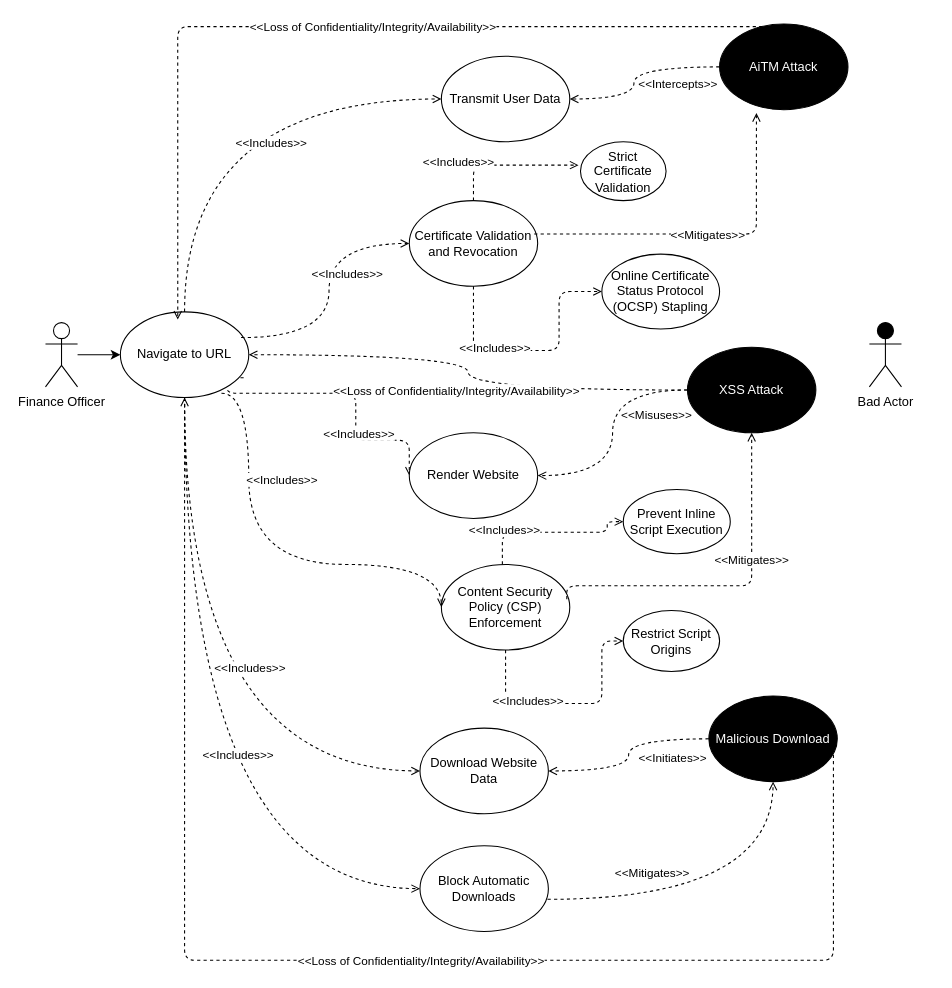
Before: docs/UseCase_Navigate_to_URL.drawio in chauler/CYBR8420-Team5-Project, a draw.io diagram. Source tidied: cells renumbered, new cells numbered last; positions are measured from the earlier drawing's top-left corner, leaving out a move shared by most shapes. Both pictures are drawn from the tidied source at 107%, with x=0, y=0 at pixel (45, 24).
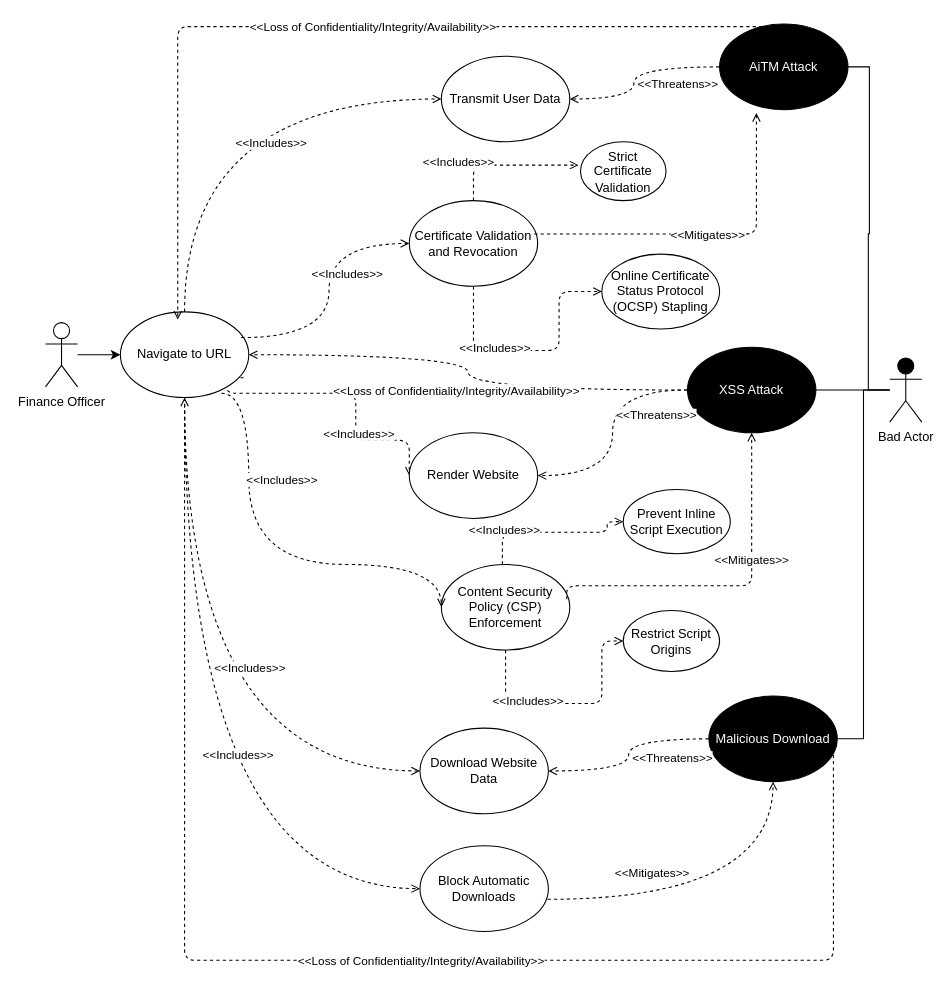
The same diagram, later.

Commit message (it also covers changes not shown here):
corrected use case verbs and line from bad actor

Unchanged cells that the change refers to:
```xml
<mxCell id="10" value="XSS Attack" style="ellipse;whiteSpace=wrap;html=1;fillColor=#000000;fontColor=#FFFFFF;" parent="1" vertex="1">
  <mxGeometry x="600" y="302" width="120" height="80" as="geometry" />
</mxCell>
<mxCell id="11" style="edgeStyle=orthogonalEdgeStyle;rounded=1;jettySize=auto;html=1;dashed=1;strokeWidth=1;endFill=0;endArrow=open;curved=1;exitX=0;exitY=0.5;exitDx=0;exitDy=0;entryX=1;entryY=0.5;entryDx=0;entryDy=0;" parent="1" edge="1" source="10" target="7">
  <mxGeometry relative="1" as="geometry" />
</mxCell>
<mxCell id="21" value="Malicious Download" style="ellipse;whiteSpace=wrap;html=1;fillColor=#000000;fontColor=#FFFFFF;" parent="1" vertex="1">
  <mxGeometry x="620" y="628" width="120" height="80" as="geometry" />
</mxCell>
<mxCell id="22" style="edgeStyle=orthogonalEdgeStyle;rounded=1;jettySize=auto;html=1;dashed=1;strokeWidth=1;endFill=0;endArrow=open;curved=1;exitX=0;exitY=0.5;exitDx=0;exitDy=0;entryX=1;entryY=0.5;entryDx=0;entryDy=0;" parent="1" edge="1" source="21" target="16">
  <mxGeometry relative="1" as="geometry" />
</mxCell>
<mxCell id="24" value="AiTM Attack" style="ellipse;whiteSpace=wrap;html=1;fillColor=#000000;fontColor=#FFFFFF;" parent="1" vertex="1">
  <mxGeometry x="630" width="120" height="80" as="geometry" />
</mxCell>
<mxCell id="25" style="edgeStyle=orthogonalEdgeStyle;rounded=1;jettySize=auto;html=1;dashed=1;strokeWidth=1;endFill=0;endArrow=open;curved=1;exitX=0;exitY=0.5;exitDx=0;exitDy=0;entryX=1;entryY=0.5;entryDx=0;entryDy=0;" parent="1" edge="1" source="24" target="13">
  <mxGeometry relative="1" as="geometry">
    <Array as="points">
      <mxPoint x="550" y="40" />
      <mxPoint x="550" y="70" />
    </Array>
  </mxGeometry>
</mxCell>
```

The edit, as a diff of the source:
```diff
@@
+    <mxCell id="58" style="edgeStyle=orthogonalEdgeStyle;rounded=0;jettySize=auto;html=1;endArrow=none;endFill=0;" parent="1" edge="1" source="9" target="10">
+      <mxGeometry relative="1" as="geometry" />
+    </mxCell>
+    <mxCell id="59" style="edgeStyle=orthogonalEdgeStyle;rounded=0;jettySize=auto;html=1;entryX=1;entryY=0.5;entryDx=0;entryDy=0;endArrow=none;endFill=0;" parent="1" edge="1" source="9" target="24">
+      <mxGeometry relative="1" as="geometry" />
+    </mxCell>
+    <mxCell id="60" style="edgeStyle=orthogonalEdgeStyle;rounded=0;jettySize=auto;html=1;entryX=1;entryY=0.5;entryDx=0;entryDy=0;endArrow=none;endFill=0;" parent="1" edge="1" source="9" target="21">
+      <mxGeometry relative="1" as="geometry" />
+    </mxCell>
     <mxCell id="9" value="Bad Actor" style="shape=umlActor;verticalLabelPosition=bottom;verticalAlign=top;html=1;outlineConnect=0;fillColor=#000000;" parent="1" vertex="1">
-      <mxGeometry x="770" y="279" width="30" height="60" as="geometry" />
+      <mxGeometry x="789" y="312" width="30" height="60" as="geometry" />
     </mxCell>
@@
-    <mxCell id="12" value="&amp;lt;&amp;lt;Misuses&amp;gt;&amp;gt;" style="edgeLabel;html=1;align=center;verticalAlign=middle;" parent="11" vertex="1">
+    <mxCell id="12" value="&amp;lt;&amp;lt;Threatens&amp;gt;&amp;gt;" style="edgeLabel;html=1;align=center;verticalAlign=middle;" parent="11" vertex="1">
       <mxGeometry x="0.08" y="1" relative="1" as="geometry">
         <mxPoint x="39" y="-26" as="offset" />
       </mxGeometry>
     </mxCell>
@@
-    <mxCell id="23" value="&amp;lt;&amp;lt;Initiates&amp;gt;&amp;gt;" style="edgeLabel;html=1;align=center;verticalAlign=middle;" parent="22" vertex="1">
+    <mxCell id="23" value="&amp;lt;&amp;lt;Threatens&amp;gt;&amp;gt;" style="edgeLabel;html=1;align=center;verticalAlign=middle;" parent="22" vertex="1">
       <mxGeometry y="-1" relative="1" as="geometry">
         <mxPoint x="41" y="2" as="offset" />
       </mxGeometry>
     </mxCell>
@@
-    <mxCell id="26" value="&amp;lt;&amp;lt;Intercepts&amp;gt;&amp;gt;" style="edgeLabel;html=1;align=center;verticalAlign=middle;" parent="25" vertex="1">
+    <mxCell id="26" value="&amp;lt;&amp;lt;Threatens&amp;gt;&amp;gt;" style="edgeLabel;html=1;align=center;verticalAlign=middle;" parent="25" vertex="1">
       <mxGeometry x="0.01" relative="1" as="geometry">
         <mxPoint x="40" y="9" as="offset" />
       </mxGeometry>
     </mxCell>
```
